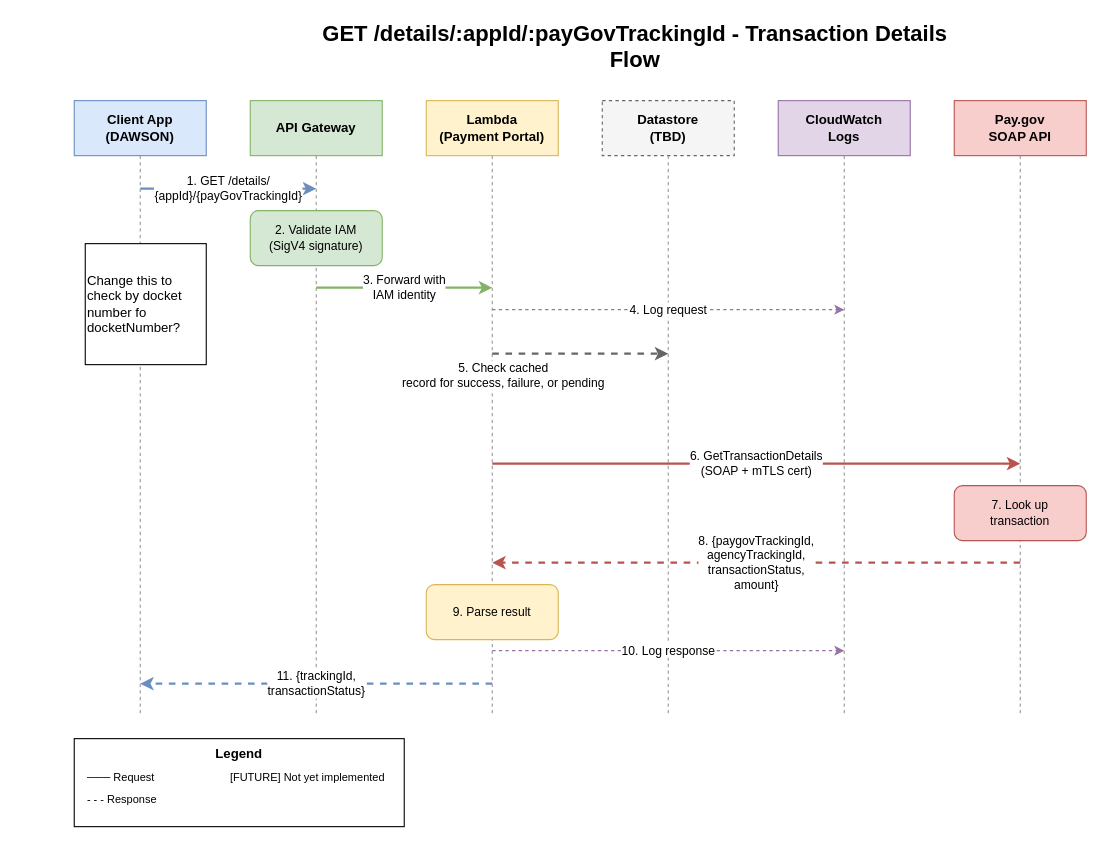
ustaxcourt/ustc-payment-portal keeps this draw.io diagram as docs/diagrams/get-details-flow.drawio. Above is the earlier version. Source tidied: cells renumbered, new cells numbered last; positions are measured from the earlier drawing's top-left corner, leaving out a move shared by most shapes. Both pictures are drawn from the tidied source at 110%, with x=0, y=0 at pixel (74, 23).
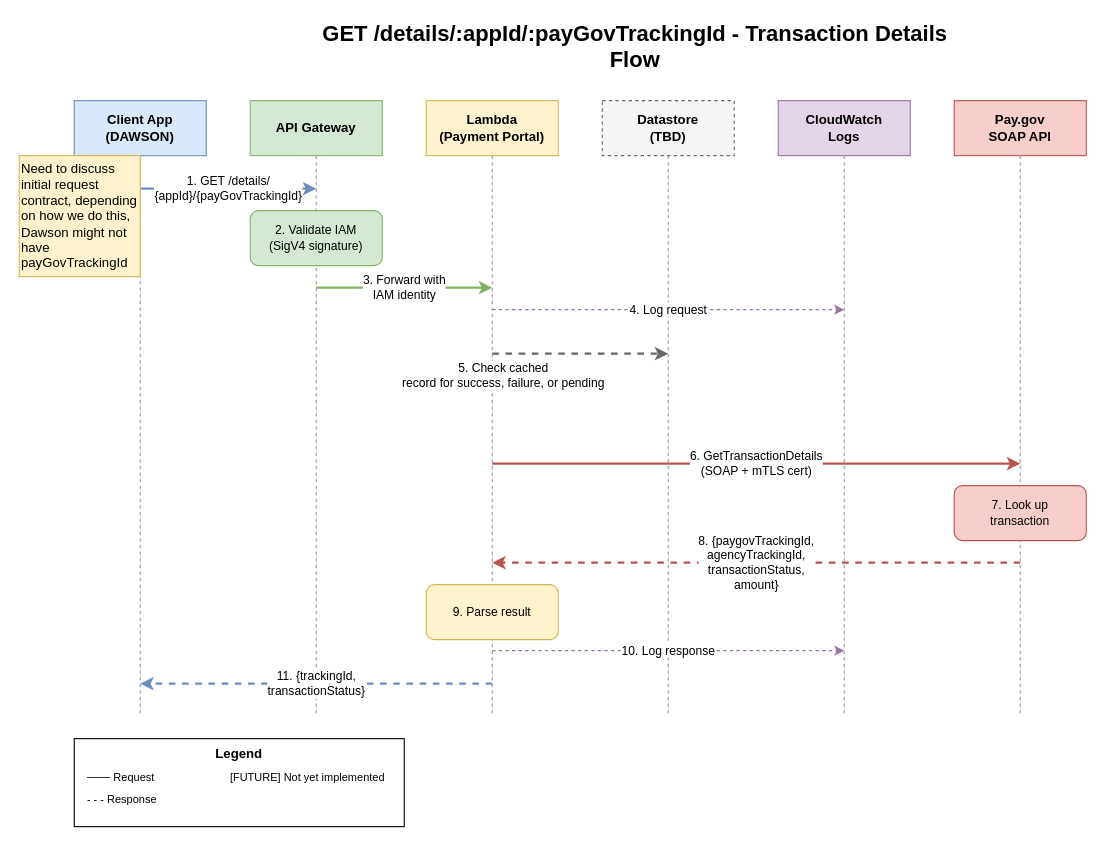
The same diagram, later.

Commit message (it also covers changes not shown here):
Adds a sticky note to talk about initial request contract for init, getDetails, and process-payment endpoints, adds rds-vanilla doc as data store option

What changed in the source:
```diff
@@
-    <mxCell id="30" value="Change this to check by docket number fo docketNumber?" style="whiteSpace=wrap;html=1;align=left;" parent="1" vertex="1">
-      <mxGeometry x="10" y="200" width="110" height="110" as="geometry" />
+    <mxCell id="30" value="Need to discuss initial request contract, depending on how we do this, Dawson might not have payGovTrackingId" style="whiteSpace=wrap;html=1;align=left;fillColor=#fff2cc;strokeColor=#d6b656;" parent="1" vertex="1">
+      <mxGeometry x="-50" y="120" width="110" height="110" as="geometry" />
     </mxCell>
```
